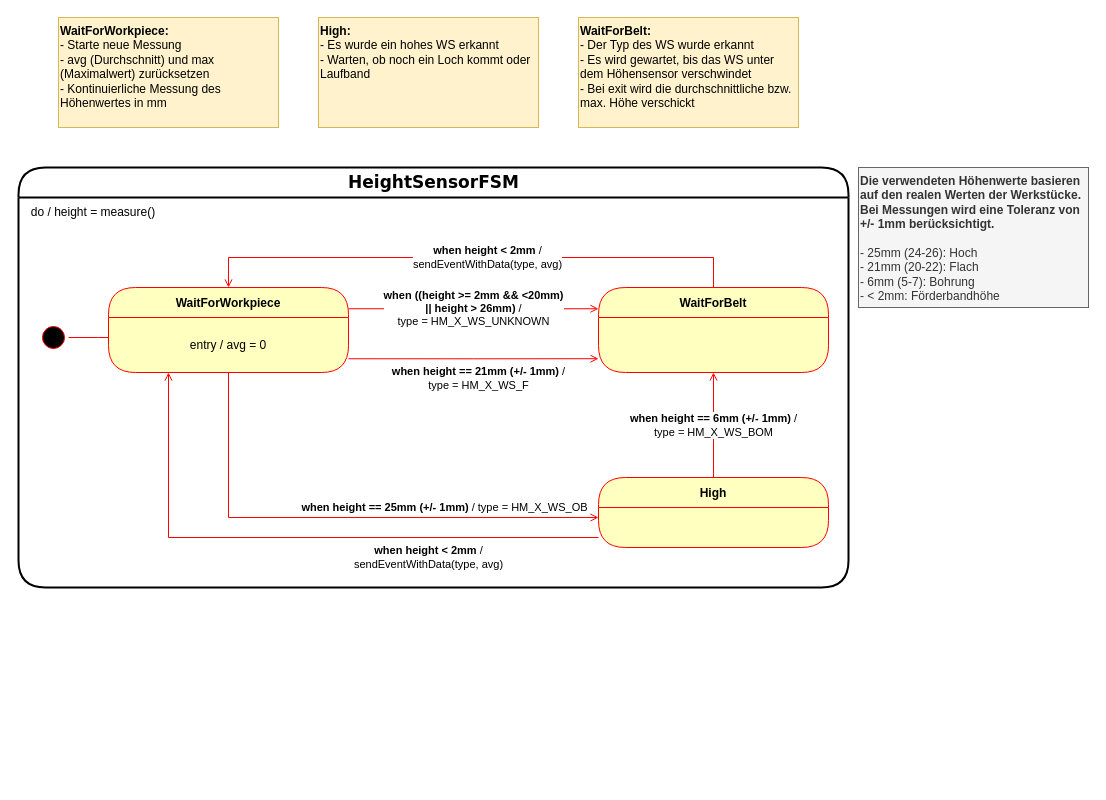
u2knwy/ESEP-2023SoSe-Team-2-1 keeps this draw.io diagram as page "height" (3 of 6) of docs/diagrams/fsm/state_machines.drawio. Above is the earlier version. Source tidied: cells renumbered, new cells numbered last; positions are measured from the earlier drawing's top-left corner, leaving out a move shared by most shapes. Both pictures are drawn from the tidied source at 100%, with x=0, y=0 at pixel (18, 17).
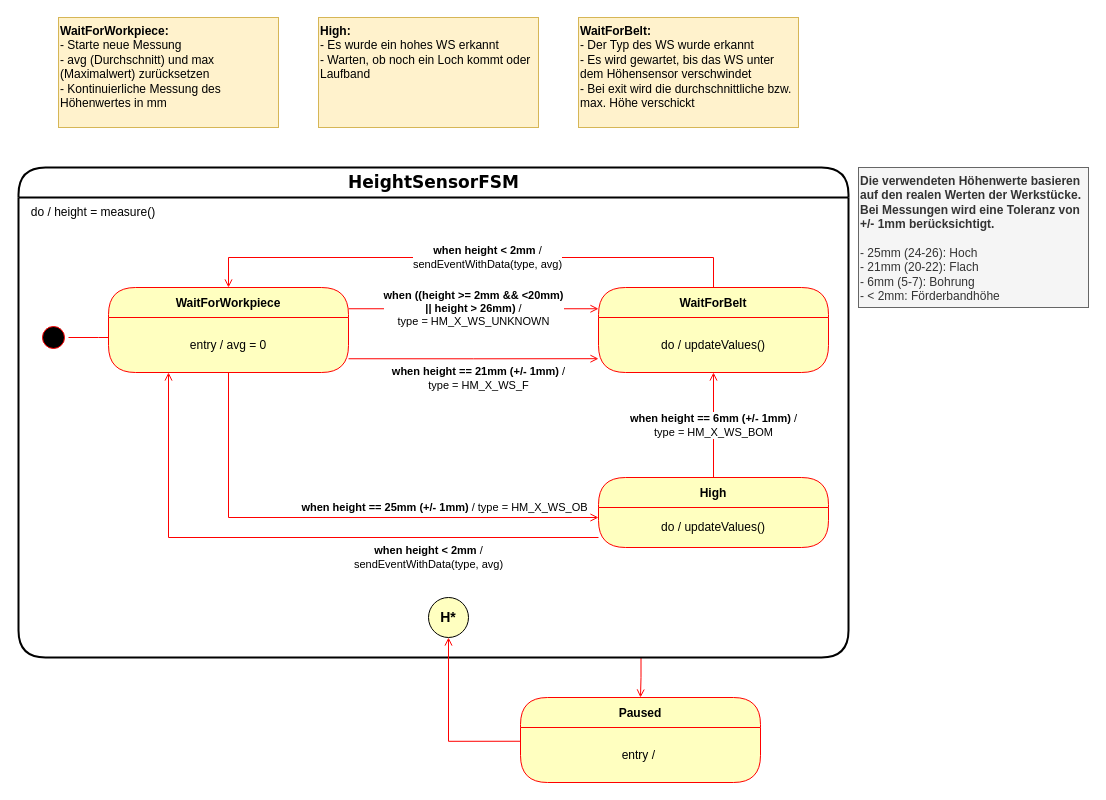
After the change.

Diff of the diagram source:
```diff
@@
+    <mxCell id="20" style="edgeStyle=orthogonalEdgeStyle;rounded=0;jettySize=auto;html=1;exitX=0.75;exitY=1;exitDx=0;exitDy=0;entryX=0.5;entryY=0;entryDx=0;entryDy=0;strokeColor=#FF0000;endArrow=open;endFill=0;" parent="1" edge="1" source="2" target="21">
+      <mxGeometry relative="1" as="geometry" />
+    </mxCell>
     <mxCell id="2" value="&lt;font face=&quot;Verdana&quot; style=&quot;font-size: 17px&quot;&gt;HeightSensorFSM&lt;/font&gt;" style="swimlane;html=1;fontStyle=1;align=center;verticalAlign=middle;horizontal=1;startSize=30;fontColor=#000000;rounded=1;arcSize=30;strokeColor=#000000;swimlaneFillColor=#FFFFFF;fillColor=#FFFFFF;strokeWidth=2;" parent="1" vertex="1">
-      <mxGeometry y="150" width="830" height="420" as="geometry" />
+      <mxGeometry y="150" width="830" height="490" as="geometry" />
     </mxCell>
@@
+    <mxCell id="21" value="Paused" style="swimlane;fontStyle=1;align=center;verticalAlign=middle;horizontal=1;startSize=30;fontColor=#000000;rounded=1;arcSize=30;strokeColor=#ff0000;fillColor=#ffffc0;swimlaneFillColor=#ffffc0;" parent="1" vertex="1">
+      <mxGeometry x="502" y="680" width="240" height="85" as="geometry" />
+    </mxCell>
+    <mxCell id="22" value="entry /&amp;nbsp;" style="text;html=1;strokeColor=none;fillColor=none;align=center;verticalAlign=middle;spacingLeft=4;spacingRight=4;whiteSpace=wrap;overflow=hidden;fontColor=#000000;" parent="21" vertex="1">
+      <mxGeometry y="30" width="240" height="55" as="geometry" />
+    </mxCell>
+    <mxCell id="23" value="H*" style="ellipse;whiteSpace=wrap;html=1;rounded=1;fillColor=#FFFFC0;fontStyle=1;fontSize=14;" parent="1" vertex="1">
+      <mxGeometry x="410" y="580" width="40" height="40" as="geometry" />
+    </mxCell>
+    <mxCell id="24" style="edgeStyle=orthogonalEdgeStyle;rounded=0;jettySize=auto;html=1;exitX=0;exitY=0.25;exitDx=0;exitDy=0;entryX=0.5;entryY=1;entryDx=0;entryDy=0;strokeColor=#FF0000;endArrow=open;endFill=0;" parent="1" edge="1" source="22" target="23">
+      <mxGeometry relative="1" as="geometry" />
+    </mxCell>
+    <mxCell id="25" value="do / updateValues()" style="text;html=1;strokeColor=none;fillColor=none;align=center;verticalAlign=middle;spacingLeft=4;spacingRight=4;whiteSpace=wrap;overflow=hidden;fontColor=#000000;" parent="1" vertex="1">
+      <mxGeometry x="580" y="300" width="230" height="55" as="geometry" />
+    </mxCell>
+    <mxCell id="26" value="do / updateValues()" style="text;html=1;strokeColor=none;fillColor=none;align=center;verticalAlign=middle;spacingLeft=4;spacingRight=4;whiteSpace=wrap;overflow=hidden;fontColor=#000000;" parent="1" vertex="1">
+      <mxGeometry x="580" y="490" width="230" height="40" as="geometry" />
+    </mxCell>
```
